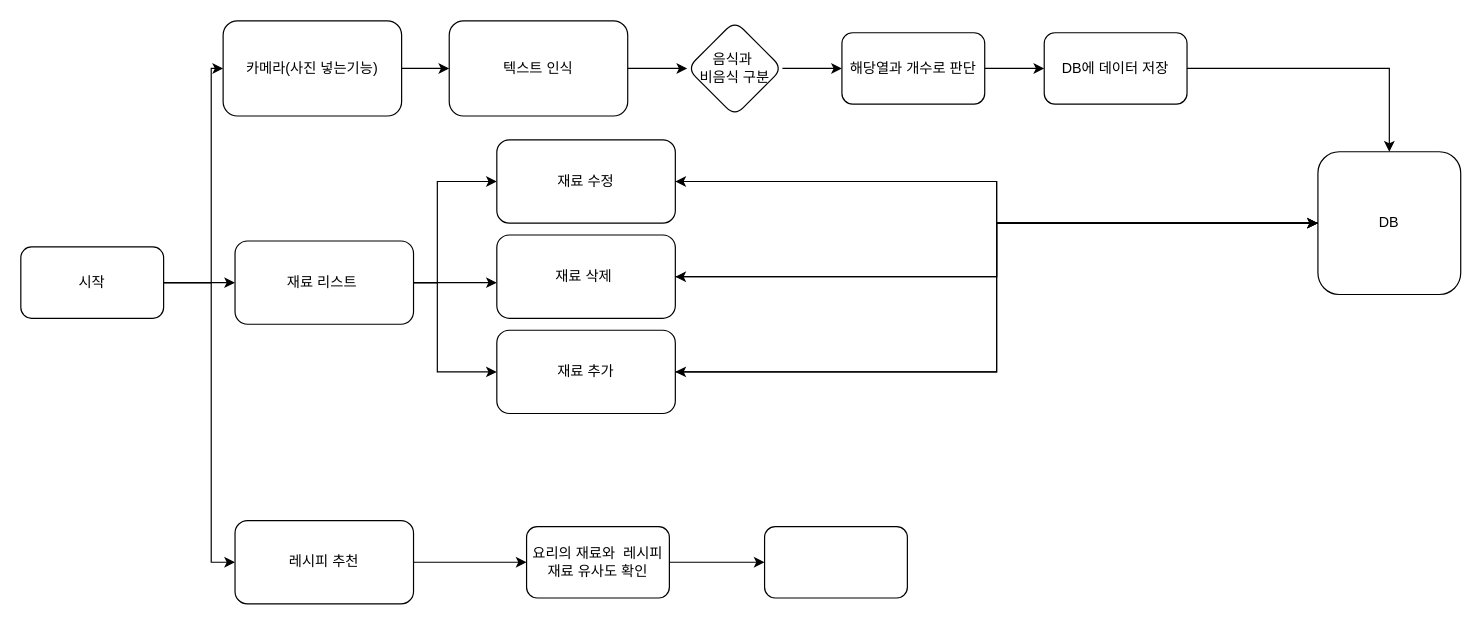
This is SystemAcchitercture.drawio from brightlcy/competition_univ, a draw.io file, before an edit. Source tidied: cells renumbered, new cells numbered last; positions are measured from the earlier drawing's top-left corner, leaving out a move shared by most shapes. Both pictures are drawn from the tidied source at 119%, with x=0, y=0 at pixel (20, 20).
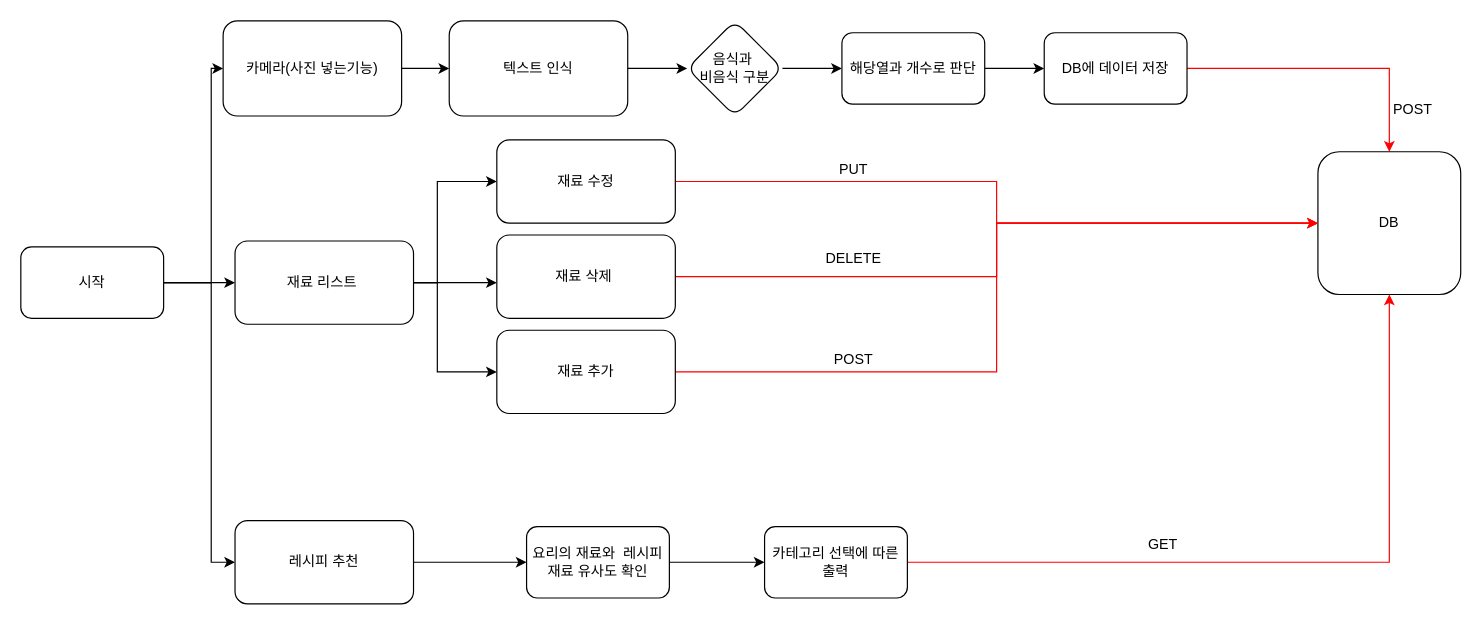
The same page after the edit.

Unchanged cells that the change refers to:
```xml
<mxCell id="21" value="DB에 데이터 저장" style="whiteSpace=wrap;html=1;rounded=1;" parent="1" vertex="1">
  <mxGeometry x="860" y="10" width="120" height="60" as="geometry" />
</mxCell>
<mxCell id="25" value="DB" style="rounded=1;whiteSpace=wrap;html=1;" parent="1" vertex="1">
  <mxGeometry x="1090" y="110" width="120" height="120" as="geometry" />
</mxCell>
<mxCell id="27" value="재료 수정" style="whiteSpace=wrap;html=1;rounded=1;" parent="1" vertex="1">
  <mxGeometry x="400" y="100" width="150" height="70" as="geometry" />
</mxCell>
<mxCell id="29" value="재료 삭제&amp;nbsp;" style="whiteSpace=wrap;html=1;rounded=1;" parent="1" vertex="1">
  <mxGeometry x="400" y="180" width="150" height="70" as="geometry" />
</mxCell>
<mxCell id="31" value="재료 추가" style="whiteSpace=wrap;html=1;rounded=1;" parent="1" vertex="1">
  <mxGeometry x="400" y="260" width="150" height="70" as="geometry" />
</mxCell>
```

The edit, as a diff of the source:
```diff
@@
-    <mxCell id="20" style="edgeStyle=orthogonalEdgeStyle;rounded=0;jettySize=auto;html=1;exitX=1;exitY=0.5;exitDx=0;exitDy=0;entryX=0.5;entryY=0;entryDx=0;entryDy=0;" parent="1" edge="1" source="21" target="25">
+    <mxCell id="20" style="edgeStyle=orthogonalEdgeStyle;rounded=0;jettySize=auto;html=1;exitX=1;exitY=0.5;exitDx=0;exitDy=0;entryX=0.5;entryY=0;entryDx=0;entryDy=0;strokeColor=#FF0000;" parent="1" edge="1" source="21" target="25">
       <mxGeometry relative="1" as="geometry" />
     </mxCell>
@@
-    <mxCell id="22" style="edgeStyle=orthogonalEdgeStyle;rounded=0;jettySize=auto;html=1;exitX=0;exitY=0.5;exitDx=0;exitDy=0;" parent="1" edge="1" source="25" target="27">
-      <mxGeometry relative="1" as="geometry" />
-    </mxCell>
-    <mxCell id="23" style="edgeStyle=orthogonalEdgeStyle;rounded=0;jettySize=auto;html=1;exitX=0;exitY=0.5;exitDx=0;exitDy=0;entryX=1;entryY=0.5;entryDx=0;entryDy=0;" parent="1" edge="1" source="25" target="29">
-      <mxGeometry relative="1" as="geometry" />
-    </mxCell>
-    <mxCell id="24" style="edgeStyle=orthogonalEdgeStyle;rounded=0;jettySize=auto;html=1;exitX=0;exitY=0.5;exitDx=0;exitDy=0;entryX=1;entryY=0.5;entryDx=0;entryDy=0;" parent="1" edge="1" source="25" target="31">
-      <mxGeometry relative="1" as="geometry" />
-    </mxCell>
@@
-    <mxCell id="26" style="edgeStyle=orthogonalEdgeStyle;rounded=0;jettySize=auto;html=1;exitX=1;exitY=0.5;exitDx=0;exitDy=0;entryX=0;entryY=0.5;entryDx=0;entryDy=0;" parent="1" edge="1" source="27" target="25">
+    <mxCell id="26" style="edgeStyle=orthogonalEdgeStyle;rounded=0;jettySize=auto;html=1;exitX=1;exitY=0.5;exitDx=0;exitDy=0;entryX=0;entryY=0.5;entryDx=0;entryDy=0;strokeColor=#FF0000;" parent="1" edge="1" source="27" target="25">
       <mxGeometry relative="1" as="geometry" />
     </mxCell>
@@
-    <mxCell id="28" style="edgeStyle=orthogonalEdgeStyle;rounded=0;jettySize=auto;html=1;exitX=1;exitY=0.5;exitDx=0;exitDy=0;entryX=0;entryY=0.5;entryDx=0;entryDy=0;" parent="1" edge="1" source="29" target="25">
+    <mxCell id="28" style="edgeStyle=orthogonalEdgeStyle;rounded=0;jettySize=auto;html=1;exitX=1;exitY=0.5;exitDx=0;exitDy=0;entryX=0;entryY=0.5;entryDx=0;entryDy=0;strokeColor=#FF0000;" parent="1" edge="1" source="29" target="25">
       <mxGeometry relative="1" as="geometry" />
     </mxCell>
@@
-    <mxCell id="30" style="edgeStyle=orthogonalEdgeStyle;rounded=0;jettySize=auto;html=1;exitX=1;exitY=0.5;exitDx=0;exitDy=0;entryX=0;entryY=0.5;entryDx=0;entryDy=0;" parent="1" edge="1" source="31" target="25">
+    <mxCell id="30" style="edgeStyle=orthogonalEdgeStyle;rounded=0;jettySize=auto;html=1;exitX=1;exitY=0.5;exitDx=0;exitDy=0;entryX=0;entryY=0.5;entryDx=0;entryDy=0;strokeColor=#FF0000;" parent="1" edge="1" source="31" target="25">
       <mxGeometry relative="1" as="geometry" />
     </mxCell>
@@
+    <mxCell id="35" style="edgeStyle=orthogonalEdgeStyle;rounded=0;jettySize=auto;html=1;exitX=1;exitY=0.5;exitDx=0;exitDy=0;entryX=0.5;entryY=1;entryDx=0;entryDy=0;strokeColor=#FF0000;" parent="1" edge="1" source="34" target="25">
+      <mxGeometry relative="1" as="geometry" />
+    </mxCell>
-    <mxCell id="34" style="whiteSpace=wrap;html=1;rounded=1;" parent="1" vertex="1">
+    <mxCell id="34" value="카테고리 선택에 따른 출력" style="whiteSpace=wrap;html=1;rounded=1;" parent="1" vertex="1">
       <mxGeometry x="625" y="425" width="120" height="60" as="geometry" />
     </mxCell>
+    <mxCell id="36" value="PUT" style="text;html=1;align=center;verticalAlign=middle;whiteSpace=wrap;rounded=0;" parent="1" vertex="1">
+      <mxGeometry x="670" y="110" width="60" height="30" as="geometry" />
+    </mxCell>
+    <mxCell id="37" value="DELETE" style="text;html=1;align=center;verticalAlign=middle;whiteSpace=wrap;rounded=0;" parent="1" vertex="1">
+      <mxGeometry x="670" y="185" width="60" height="30" as="geometry" />
+    </mxCell>
+    <mxCell id="38" value="POST" style="text;html=1;align=center;verticalAlign=middle;whiteSpace=wrap;rounded=0;" parent="1" vertex="1">
+      <mxGeometry x="670" y="270" width="60" height="30" as="geometry" />
+    </mxCell>
+    <mxCell id="39" value="GET" style="text;html=1;align=center;verticalAlign=middle;whiteSpace=wrap;rounded=0;" parent="1" vertex="1">
+      <mxGeometry x="930" y="425" width="60" height="30" as="geometry" />
+    </mxCell>
+    <mxCell id="40" value="POST" style="text;html=1;align=center;verticalAlign=middle;whiteSpace=wrap;rounded=0;" parent="1" vertex="1">
+      <mxGeometry x="1140" y="60" width="60" height="30" as="geometry" />
+    </mxCell>
```
